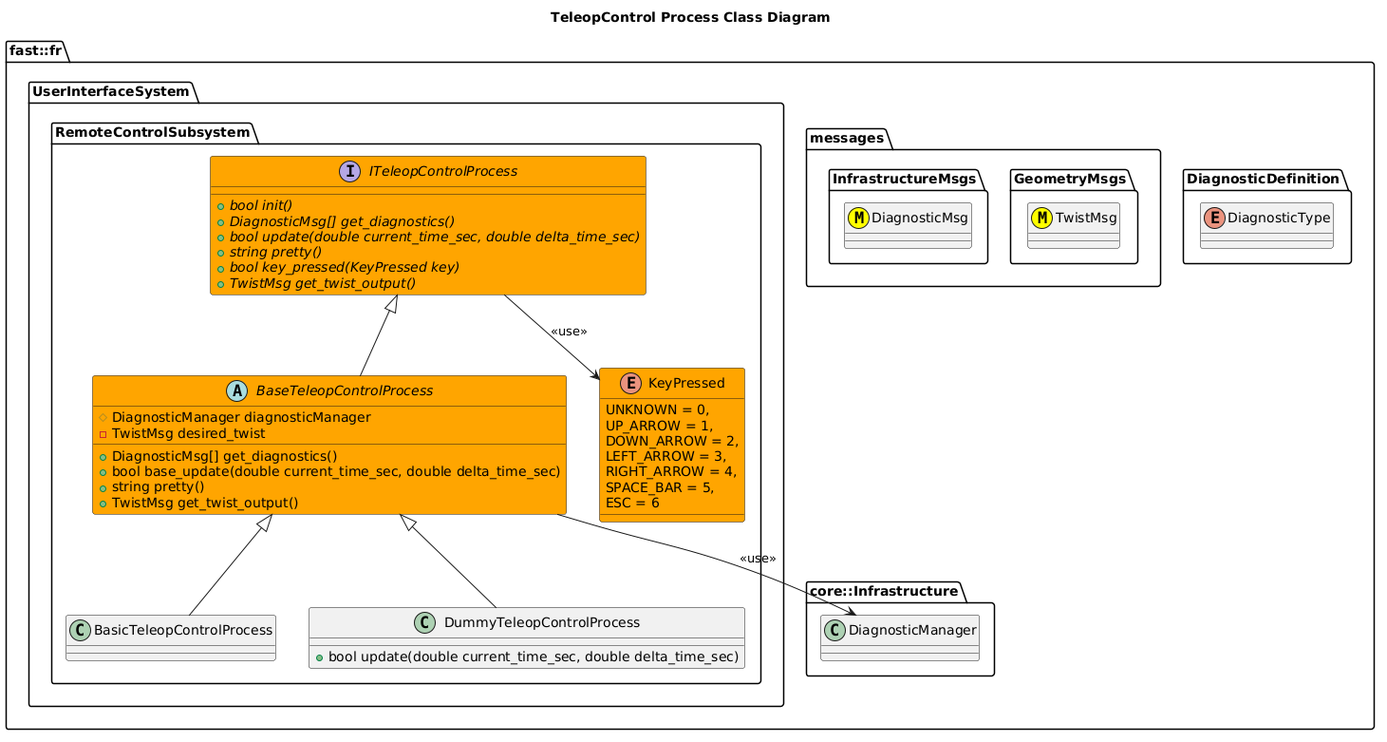
Above: Systems/UserInterface/Subsystems/RemoteControl/Processes/TeleopControl/doc/puml/TeleopControlProcessClassDiagram.png in fastrobotics/robot_framework (PlantUML), before the change.
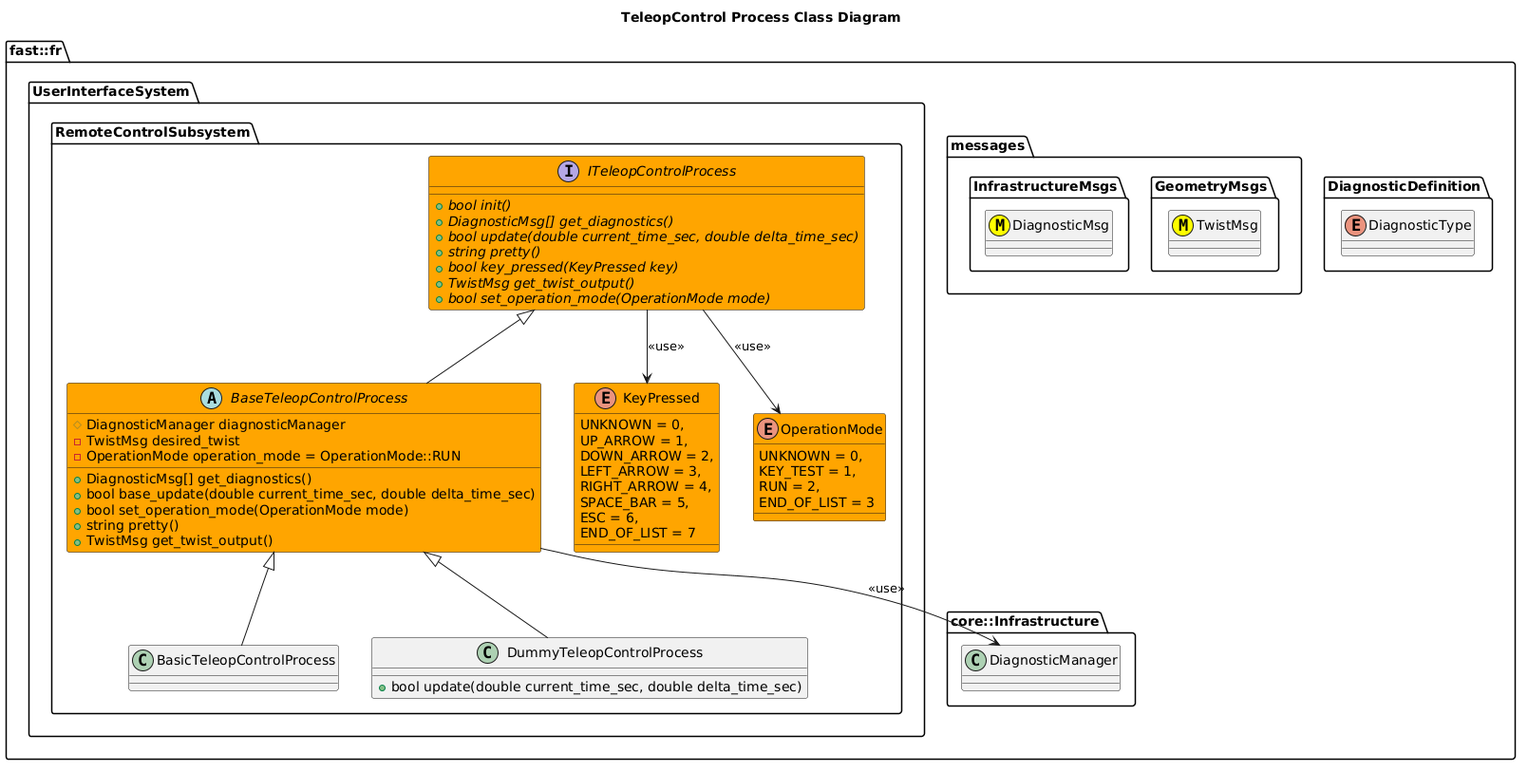
Later version of the same file.

What changed in the source:
```diff
@@ -25,7 +25,14 @@
         LEFT_ARROW = 3,
         RIGHT_ARROW = 4,
         SPACE_BAR = 5,
-        ESC = 6
+        ESC = 6,
+        END_OF_LIST = 7
+      }
+      enum OperationMode #Orange {
+        UNKNOWN = 0,
+        KEY_TEST = 1,
+        RUN = 2,
+        END_OF_LIST = 3
       }
       interface ITeleopControlProcess #Orange {
         +{abstract} bool init()
@@ -34,15 +41,19 @@
         +{abstract} string pretty()
         +{abstract} bool key_pressed(KeyPressed key)
         +{abstract} TwistMsg get_twist_output()
+        +{abstract} bool set_operation_mode(OperationMode mode)
       }
       ITeleopControlProcess --> KeyPressed: <<use>>
+      ITeleopControlProcess --> OperationMode: <<use>>
       abstract BaseTeleopControlProcess #Orange {
         +DiagnosticMsg[] get_diagnostics()
         +bool base_update(double current_time_sec, double delta_time_sec)
+        +bool set_operation_mode(OperationMode mode)
         +string pretty()
         #DiagnosticManager diagnosticManager
         +TwistMsg get_twist_output()
         -TwistMsg desired_twist
+        -OperationMode operation_mode = OperationMode::RUN
 
       }
       BaseTeleopControlProcess -up-|> ITeleopControlProcess
```
